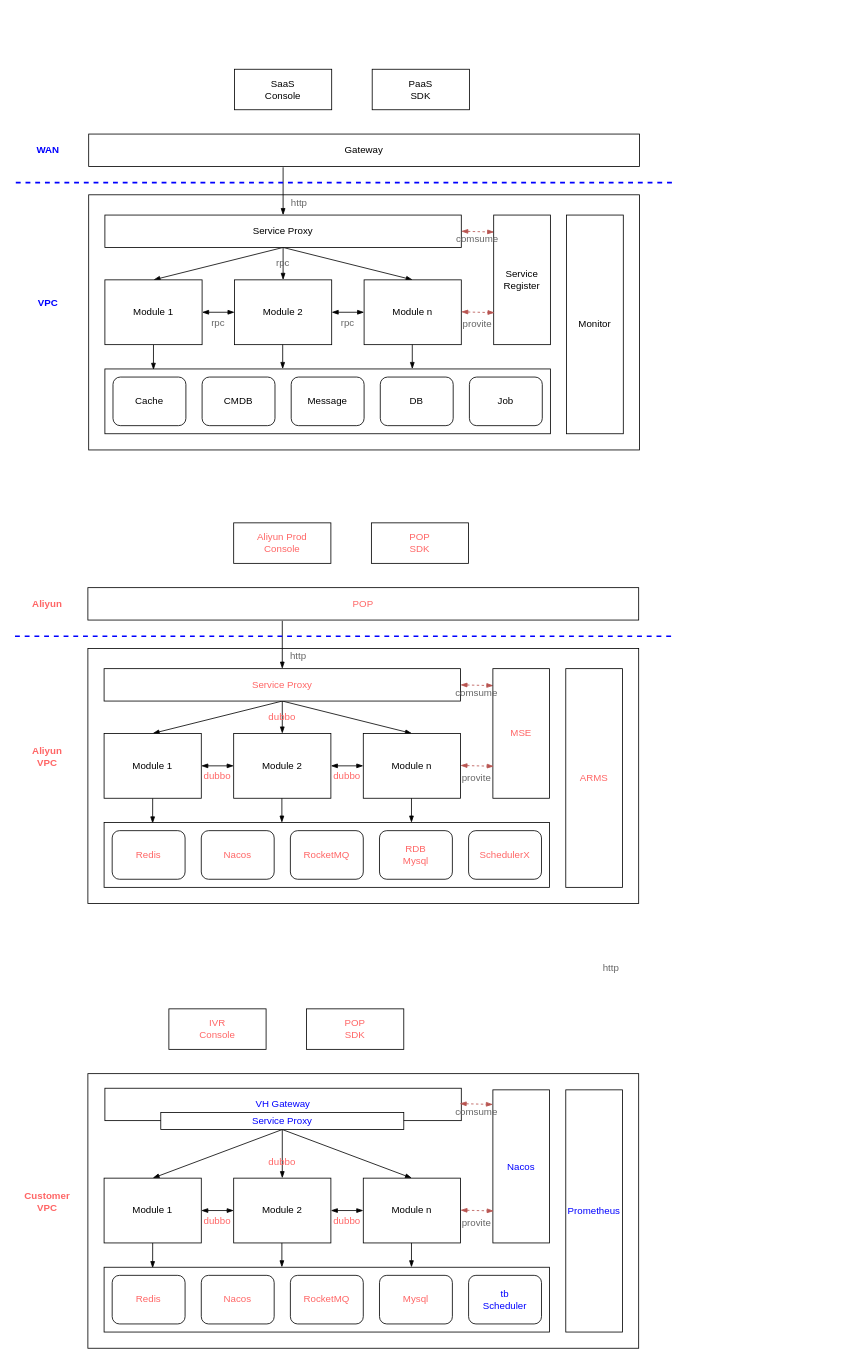
This is vh_20200330.drawio from trey03/draw, a draw.io file, before an edit. Source tidied: cells renumbered, new cells numbered last; positions are measured from the earlier drawing's top-left corner, leaving out a move shared by most shapes. Both pictures are drawn from the tidied source at 81%, with x=0, y=0 at pixel (15, 69).
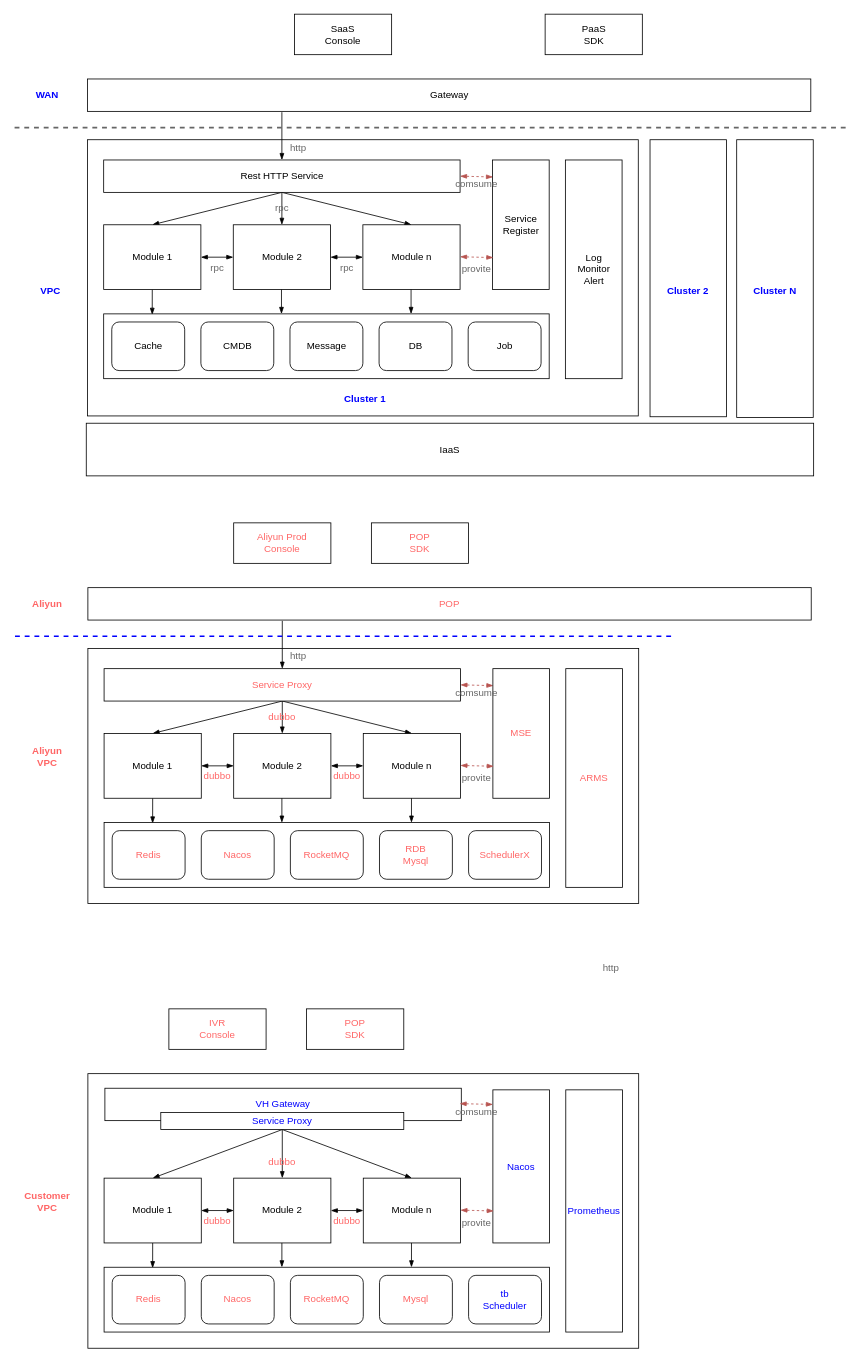
The same diagram, later.

What changed in the source:
```diff
@@
     <mxCell id="2" style="rounded=0;whiteSpace=wrap;html=1;" parent="1" vertex="1">
-      <mxGeometry x="91" y="155" width="680" height="315" as="geometry" />
+      <mxGeometry x="89.5" y="87" width="680" height="341" as="geometry" />
     </mxCell>
     <mxCell id="3" style="edgeStyle=none;rounded=0;jettySize=auto;html=1;entryX=0.5;entryY=0;entryDx=0;entryDy=0;startArrow=none;startFill=0;endArrow=blockThin;endFill=1;" parent="1" edge="1" target="9">
       <mxGeometry relative="1" as="geometry">
-        <mxPoint x="331" y="121" as="sourcePoint" />
+        <mxPoint x="329.5" y="53" as="sourcePoint" />
       </mxGeometry>
     </mxCell>
     <mxCell id="4" value="Gateway" style="rounded=0;whiteSpace=wrap;html=1;" parent="1" vertex="1">
-      <mxGeometry x="91" y="80" width="680" height="40" as="geometry" />
+      <mxGeometry x="89.5" y="12" width="893" height="40" as="geometry" />
     </mxCell>
@@
-    <mxCell id="9" value="Service Proxy" style="rounded=0;whiteSpace=wrap;html=1;" parent="1" vertex="1">
-      <mxGeometry x="111" y="180" width="440" height="40" as="geometry" />
+    <mxCell id="9" value="Rest HTTP Service" style="rounded=0;whiteSpace=wrap;html=1;" parent="1" vertex="1">
+      <mxGeometry x="109.5" y="112" width="440" height="40" as="geometry" />
     </mxCell>
@@
     <mxCell id="12" value="Module 1" style="rounded=0;whiteSpace=wrap;html=1;" parent="1" vertex="1">
-      <mxGeometry x="111" y="260" width="120" height="80" as="geometry" />
+      <mxGeometry x="109.5" y="192" width="120" height="80" as="geometry" />
     </mxCell>
@@
     <mxCell id="14" value="Module 2" style="rounded=0;whiteSpace=wrap;html=1;" parent="1" vertex="1">
-      <mxGeometry x="271" y="260" width="120" height="80" as="geometry" />
+      <mxGeometry x="269.5" y="192" width="120" height="80" as="geometry" />
     </mxCell>
     <mxCell id="15" value="Module n" style="rounded=0;whiteSpace=wrap;html=1;" parent="1" vertex="1">
-      <mxGeometry x="431" y="260" width="120" height="80" as="geometry" />
+      <mxGeometry x="429.5" y="192" width="120" height="80" as="geometry" />
     </mxCell>
     <mxCell id="16" value="Service&lt;br&gt;Register" style="rounded=0;whiteSpace=wrap;html=1;" parent="1" vertex="1">
-      <mxGeometry x="591" y="180" width="70" height="160" as="geometry" />
+      <mxGeometry x="589.5" y="112" width="70" height="160" as="geometry" />
     </mxCell>
     <mxCell id="17" style="edgeStyle=none;rounded=0;orthogonalLoop=1;jettySize=auto;html=1;startArrow=blockThin;startFill=1;endArrow=blockThin;endFill=1;exitX=1;exitY=0.5;exitDx=0;exitDy=0;entryX=0.008;entryY=0.131;entryDx=0;entryDy=0;entryPerimeter=0;dashed=1;fillColor=#f8cecc;strokeColor=#b85450;" parent="1" edge="1">
       <mxGeometry relative="1" as="geometry">
-        <mxPoint x="551" y="299.5" as="sourcePoint" />
-        <mxPoint x="592" y="300.5" as="targetPoint" />
+        <mxPoint x="549.5" y="231.5" as="sourcePoint" />
+        <mxPoint x="590.5" y="232.5" as="targetPoint" />
       </mxGeometry>
     </mxCell>
     <mxCell id="18" style="rounded=0;whiteSpace=wrap;html=1;" parent="1" vertex="1">
-      <mxGeometry x="111" y="370" width="550" height="80" as="geometry" />
+      <mxGeometry x="109.5" y="302" width="550" height="80" as="geometry" />
     </mxCell>
     <mxCell id="19" value="Cache" style="rounded=1;whiteSpace=wrap;html=1;" parent="1" vertex="1">
-      <mxGeometry x="121" y="380" width="90" height="60" as="geometry" />
+      <mxGeometry x="119.5" y="312" width="90" height="60" as="geometry" />
     </mxCell>
     <mxCell id="20" value="CMDB" style="rounded=1;whiteSpace=wrap;html=1;" parent="1" vertex="1">
-      <mxGeometry x="231" y="380" width="90" height="60" as="geometry" />
+      <mxGeometry x="229.5" y="312" width="90" height="60" as="geometry" />
     </mxCell>
     <mxCell id="21" value="Message" style="rounded=1;whiteSpace=wrap;html=1;" parent="1" vertex="1">
-      <mxGeometry x="341" y="380" width="90" height="60" as="geometry" />
+      <mxGeometry x="339.5" y="312" width="90" height="60" as="geometry" />
     </mxCell>
     <mxCell id="22" value="DB" style="rounded=1;whiteSpace=wrap;html=1;" parent="1" vertex="1">
-      <mxGeometry x="451" y="380" width="90" height="60" as="geometry" />
+      <mxGeometry x="449.5" y="312" width="90" height="60" as="geometry" />
     </mxCell>
     <mxCell id="23" value="Job" style="rounded=1;whiteSpace=wrap;html=1;" parent="1" vertex="1">
-      <mxGeometry x="561" y="380" width="90" height="60" as="geometry" />
+      <mxGeometry x="559.5" y="312" width="90" height="60" as="geometry" />
     </mxCell>
     <mxCell id="24" style="edgeStyle=none;rounded=0;orthogonalLoop=1;jettySize=auto;html=1;exitX=0.5;exitY=1;exitDx=0;exitDy=0;entryX=0.1;entryY=0;entryDx=0;entryDy=0;entryPerimeter=0;startArrow=none;startFill=0;endArrow=blockThin;endFill=1;" parent="1" edge="1">
       <mxGeometry relative="1" as="geometry">
-        <mxPoint x="330.5" y="340" as="sourcePoint" />
-        <mxPoint x="330.5" y="370" as="targetPoint" />
+        <mxPoint x="329" y="272" as="sourcePoint" />
+        <mxPoint x="329" y="302" as="targetPoint" />
       </mxGeometry>
     </mxCell>
     <mxCell id="25" style="edgeStyle=none;rounded=0;orthogonalLoop=1;jettySize=auto;html=1;exitX=0.5;exitY=1;exitDx=0;exitDy=0;entryX=0.1;entryY=0;entryDx=0;entryDy=0;entryPerimeter=0;startArrow=none;startFill=0;endArrow=blockThin;endFill=1;" parent="1" edge="1">
       <mxGeometry relative="1" as="geometry">
-        <mxPoint x="490.5" y="340" as="sourcePoint" />
-        <mxPoint x="490.5" y="370" as="targetPoint" />
+        <mxPoint x="489" y="272" as="sourcePoint" />
+        <mxPoint x="489" y="302" as="targetPoint" />
       </mxGeometry>
     </mxCell>
-    <mxCell id="26" value="Monitor" style="rounded=0;whiteSpace=wrap;html=1;" parent="1" vertex="1">
-      <mxGeometry x="681" y="180" width="70" height="270" as="geometry" />
+    <mxCell id="26" value="Log&lt;br&gt;Monitor&lt;br&gt;Alert" style="rounded=0;whiteSpace=wrap;html=1;align=center;" parent="1" vertex="1">
+      <mxGeometry x="679.5" y="112" width="70" height="270" as="geometry" />
     </mxCell>
     <mxCell id="27" value="SaaS&lt;br&gt;Console" style="rounded=0;whiteSpace=wrap;html=1;" parent="1" vertex="1">
-      <mxGeometry x="271" width="120" height="50" as="geometry" />
+      <mxGeometry x="345" y="-68" width="120" height="50" as="geometry" />
     </mxCell>
     <mxCell id="28" value="PaaS &lt;br&gt;SDK" style="rounded=0;whiteSpace=wrap;html=1;" parent="1" vertex="1">
-      <mxGeometry x="441" width="120" height="50" as="geometry" />
+      <mxGeometry x="654.5" y="-68" width="120" height="50" as="geometry" />
     </mxCell>
     <mxCell id="29" value="WAN" style="text;html=1;strokeColor=none;fillColor=none;align=center;verticalAlign=middle;whiteSpace=wrap;rounded=0;fontStyle=1;fontColor=#0000FF;" parent="1" vertex="1">
-      <mxGeometry x="21" y="90" width="40" height="20" as="geometry" />
+      <mxGeometry x="19.5" y="22" width="40" height="20" as="geometry" />
     </mxCell>
     <mxCell id="30" value="VPC" style="text;html=1;strokeColor=none;fillColor=none;align=center;verticalAlign=middle;whiteSpace=wrap;rounded=0;fontStyle=1;fontColor=#0000FF;" parent="1" vertex="1">
-      <mxGeometry x="21" y="279" width="40" height="20" as="geometry" />
+      <mxGeometry x="24" y="264" width="40" height="20" as="geometry" />
     </mxCell>
-    <mxCell id="31" style="endArrow=none;dashed=1;html=1;fontColor=#0000FF;strokeColor=#0000FF;strokeWidth=2;" parent="1" edge="1">
+    <mxCell id="31" style="endArrow=none;dashed=1;html=1;fontColor=#0000FF;strokeColor=#666666;strokeWidth=2;" parent="1" edge="1">
       <mxGeometry relative="1" as="geometry">
-        <mxPoint x="1" y="140" as="sourcePoint" />
-        <mxPoint x="811" y="140" as="targetPoint" />
+        <mxPoint x="-0.5" y="72" as="sourcePoint" />
+        <mxPoint x="1030" y="72" as="targetPoint" />
       </mxGeometry>
     </mxCell>
     <mxCell id="32" value="rpc" style="text;html=1;strokeColor=none;fillColor=none;align=center;verticalAlign=middle;whiteSpace=wrap;rounded=0;fontColor=#666666;" parent="1" vertex="1">
-      <mxGeometry x="311" y="230" width="40" height="20" as="geometry" />
+      <mxGeometry x="309.5" y="162" width="40" height="20" as="geometry" />
     </mxCell>
     <mxCell id="33" value="rpc" style="text;html=1;strokeColor=none;fillColor=none;align=center;verticalAlign=middle;whiteSpace=wrap;rounded=0;fontColor=#666666;" parent="1" vertex="1">
-      <mxGeometry x="231" y="302.5" width="40" height="20" as="geometry" />
+      <mxGeometry x="229.5" y="234.5" width="40" height="20" as="geometry" />
     </mxCell>
     <mxCell id="34" value="http" style="text;html=1;strokeColor=none;fillColor=none;align=center;verticalAlign=middle;whiteSpace=wrap;rounded=0;fontColor=#666666;" parent="1" vertex="1">
-      <mxGeometry x="331" y="155" width="40" height="20" as="geometry" />
+      <mxGeometry x="329.5" y="87" width="40" height="20" as="geometry" />
     </mxCell>
     <mxCell id="35" value="rpc" style="text;html=1;strokeColor=none;fillColor=none;align=center;verticalAlign=middle;whiteSpace=wrap;rounded=0;fontColor=#666666;" parent="1" vertex="1">
-      <mxGeometry x="391" y="302.5" width="40" height="20" as="geometry" />
+      <mxGeometry x="389.5" y="234.5" width="40" height="20" as="geometry" />
     </mxCell>
     <mxCell id="36" value="provite" style="text;html=1;strokeColor=none;fillColor=none;align=center;verticalAlign=middle;whiteSpace=wrap;rounded=0;fontColor=#666666;" parent="1" vertex="1">
-      <mxGeometry x="551" y="305" width="40" height="20" as="geometry" />
+      <mxGeometry x="549.5" y="237" width="40" height="20" as="geometry" />
     </mxCell>
     <mxCell id="37" value="comsume" style="text;html=1;strokeColor=none;fillColor=none;align=center;verticalAlign=middle;whiteSpace=wrap;rounded=0;fontColor=#666666;" parent="1" vertex="1">
-      <mxGeometry x="551" y="200" width="40" height="20" as="geometry" />
+      <mxGeometry x="549.5" y="132" width="40" height="20" as="geometry" />
     </mxCell>
@@
     <mxCell id="40" value="&lt;font color=&quot;#ff6666&quot;&gt;POP&lt;/font&gt;" style="rounded=0;whiteSpace=wrap;html=1;" parent="1" vertex="1">
-      <mxGeometry x="90" y="640" width="680" height="40" as="geometry" />
+      <mxGeometry x="90" y="640" width="893" height="40" as="geometry" />
     </mxCell>
@@
+    <mxCell id="107" value="IaaS" style="rounded=0;whiteSpace=wrap;html=1;" parent="1" vertex="1">
+      <mxGeometry x="88" y="437" width="898" height="65" as="geometry" />
+    </mxCell>
+    <mxCell id="108" style="rounded=0;whiteSpace=wrap;html=1;" parent="1" vertex="1">
+      <mxGeometry x="784" y="87" width="94.5" height="342" as="geometry" />
+    </mxCell>
+    <mxCell id="109" style="rounded=0;whiteSpace=wrap;html=1;" parent="1" vertex="1">
+      <mxGeometry x="891" y="87" width="94.5" height="343" as="geometry" />
+    </mxCell>
+    <mxCell id="110" value="Cluster 1" style="text;html=1;strokeColor=none;fillColor=none;align=center;verticalAlign=middle;whiteSpace=wrap;rounded=0;fontStyle=1;fontColor=#0000FF;" parent="1" vertex="1">
+      <mxGeometry x="398.5" y="397" width="66.5" height="20" as="geometry" />
+    </mxCell>
+    <mxCell id="111" value="Cluster 2" style="text;html=1;strokeColor=none;fillColor=none;align=center;verticalAlign=middle;whiteSpace=wrap;rounded=0;fontStyle=1;fontColor=#0000FF;" parent="1" vertex="1">
+      <mxGeometry x="803.4" y="264" width="55.8" height="20" as="geometry" />
+    </mxCell>
+    <mxCell id="112" value="Cluster N" style="text;html=1;strokeColor=none;fillColor=none;align=center;verticalAlign=middle;whiteSpace=wrap;rounded=0;fontStyle=1;fontColor=#0000FF;" parent="1" vertex="1">
+      <mxGeometry x="907.9" y="264" width="60.8" height="20" as="geometry" />
+    </mxCell>
```
